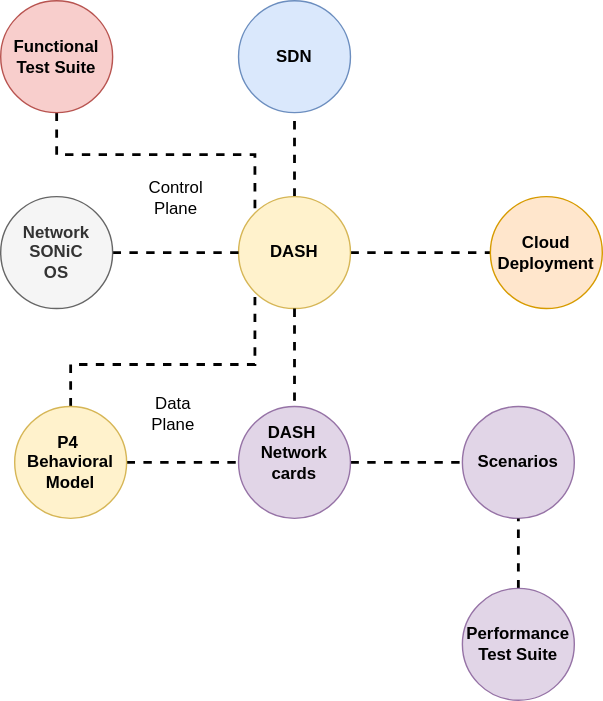
Before: documentation/general/design/images/hld/dash-hld-project-ecosystem.svg, a diagram exported from draw.io (sonic-net/DASH). Source tidied: cells renumbered, new cells last; positions are measured from the earlier drawing's top-left corner, leaving out a move shared by most shapes.
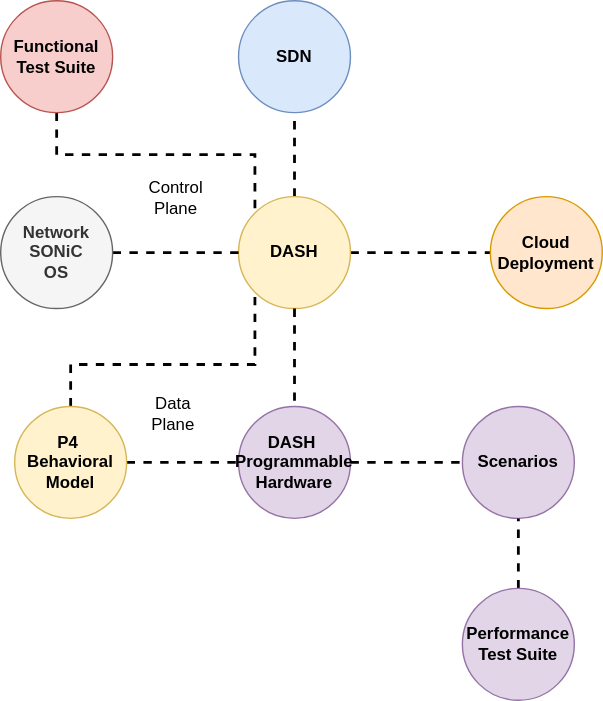
Above is the later version.

Diff of the diagram source:
```diff
@@ -28,7 +28,7 @@
     <mxCell id="9" style="edgeStyle=orthogonalEdgeStyle;rounded=0;jettySize=auto;html=1;exitX=1;exitY=0.5;exitDx=0;exitDy=0;entryX=0;entryY=0.5;entryDx=0;entryDy=0;dashed=1;endArrow=none;endFill=0;strokeWidth=2;" parent="1" edge="1" source="10" target="12">
       <mxGeometry relative="1" as="geometry" />
     </mxCell>
-    <mxCell id="10" value="&lt;b&gt;&lt;br&gt;DASH&amp;nbsp; Network cards&lt;br&gt;&amp;nbsp;&lt;br&gt;&lt;br&gt;&lt;/b&gt;" style="ellipse;whiteSpace=wrap;html=1;fillColor=#e1d5e7;strokeColor=#9673a6;" parent="1" vertex="1">
+    <mxCell id="10" value="&lt;b&gt;&lt;br&gt;&lt;br&gt;DASH&amp;nbsp; Programmable Hardware&lt;br&gt;&amp;nbsp;&lt;br&gt;&lt;br&gt;&lt;/b&gt;" style="ellipse;whiteSpace=wrap;html=1;fillColor=#e1d5e7;strokeColor=#9673a6;" parent="1" vertex="1">
       <mxGeometry x="170" y="290" width="80" height="80" as="geometry" />
     </mxCell>
     <mxCell id="11" value="&lt;b&gt;SDN&lt;/b&gt;" style="ellipse;whiteSpace=wrap;html=1;fillColor=#dae8fc;strokeColor=#6c8ebf;" parent="1" vertex="1">
```
